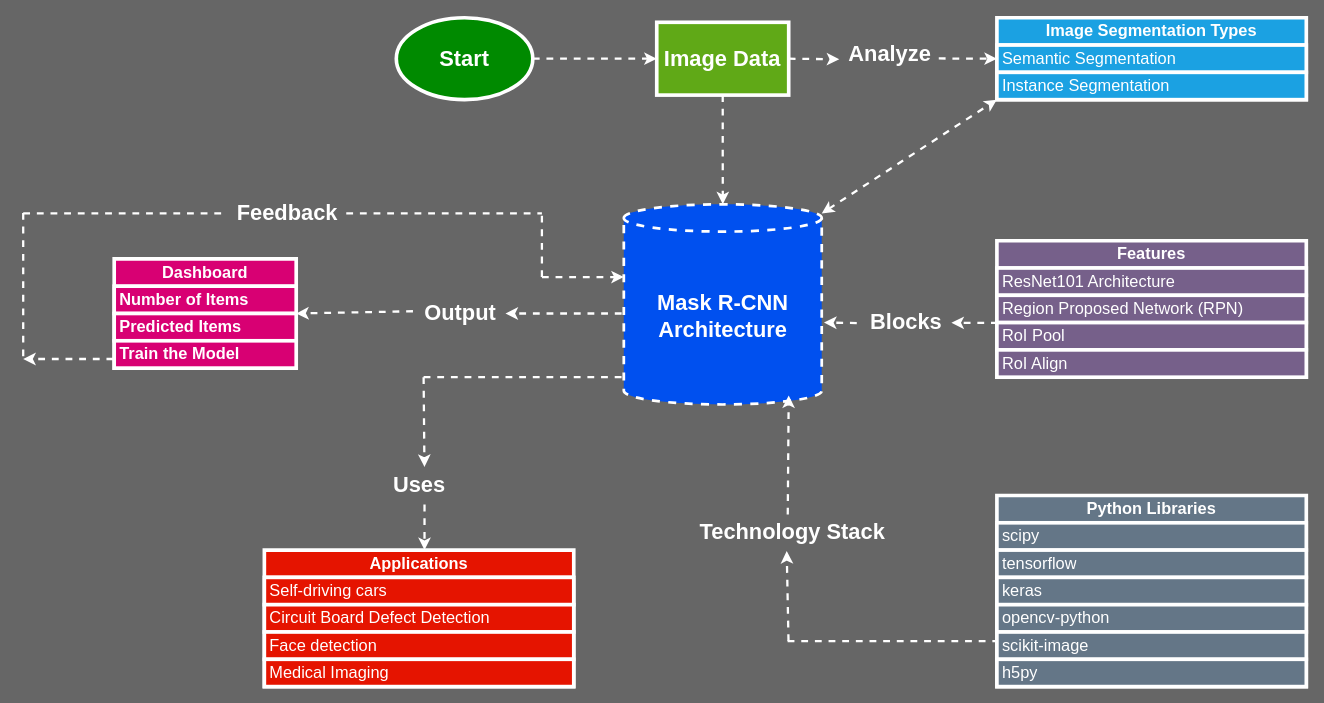
This is page "Image Segmentation" (1 of 3) of FYP-workflow.drawio from sanils2002/Final-Year-Project, a draw.io file, before an edit. Source tidied: cells renumbered, new cells numbered last; positions are measured from the earlier drawing's top-left corner, leaving out a move shared by most shapes. Both pictures are drawn from the tidied source at 91%, with x=0, y=0 at pixel (23, 17).
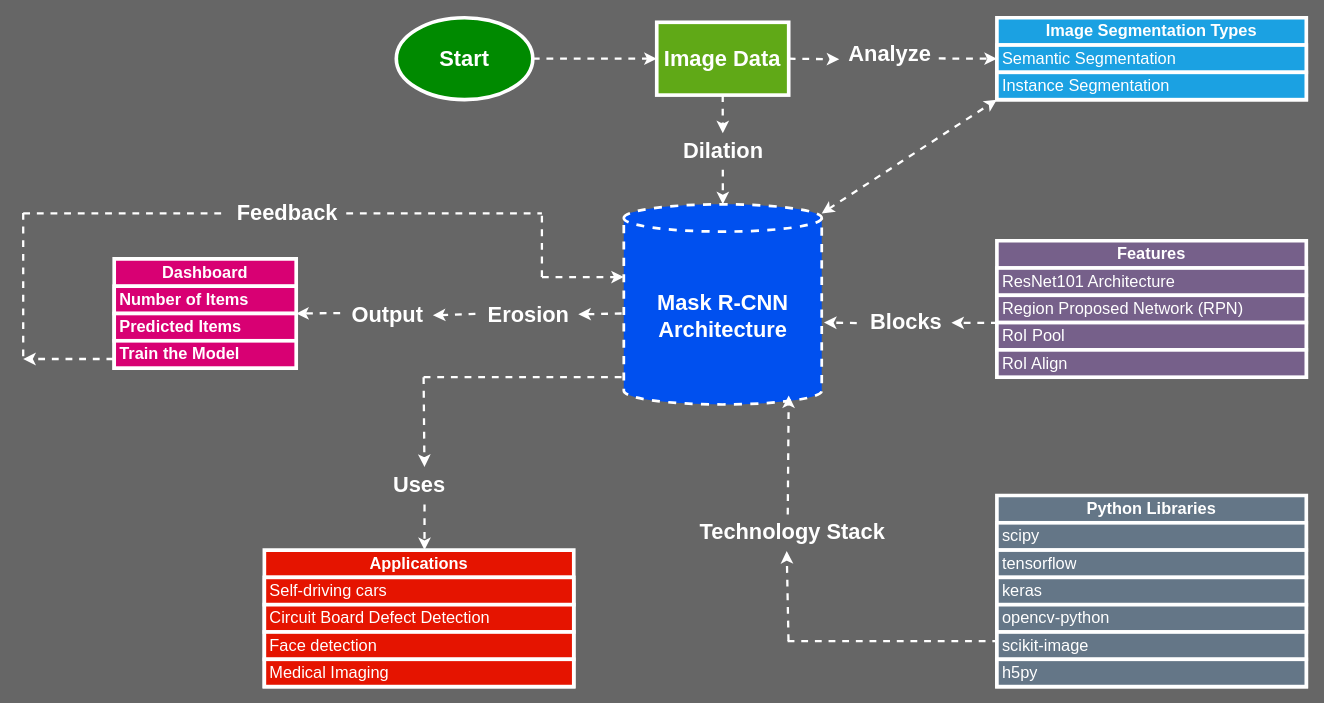
After the change.

Unchanged cells that the change refers to:
```xml
<mxCell id="4" value="&lt;font style=&quot;font-size: 24px;&quot;&gt;&lt;b&gt;Mask R-CNN Architecture&lt;/b&gt;&lt;/font&gt;" style="shape=cylinder3;whiteSpace=wrap;html=1;boundedLbl=1;backgroundOutline=1;size=15;fillColor=#0050ef;strokeColor=#FFFFFF;strokeWidth=3;fontColor=#ffffff;dashed=1;" parent="1" vertex="1">
  <mxGeometry x="660" y="205" width="217.5" height="220" as="geometry" />
</mxCell>
<mxCell id="6" value="&lt;font style=&quot;font-size: 24px;&quot;&gt;&lt;b&gt;Image Data&lt;/b&gt;&lt;/font&gt;" style="rounded=0;whiteSpace=wrap;html=1;fillColor=#60a917;strokeColor=#FFFFFF;strokeWidth=4;fontColor=#ffffff;" parent="1" vertex="1">
  <mxGeometry x="696.2" y="5" width="145" height="80" as="geometry" />
</mxCell>
```

What changed in the source:
```diff
@@
-    <mxCell id="5" style="edgeStyle=orthogonalEdgeStyle;rounded=0;jettySize=auto;html=1;exitX=0.5;exitY=1;exitDx=0;exitDy=0;strokeWidth=2.5;strokeColor=#FFFFFF;dashed=1;" parent="1" edge="1" source="6" target="4">
+    <mxCell id="5" style="edgeStyle=orthogonalEdgeStyle;rounded=0;jettySize=auto;html=1;exitX=0.5;exitY=1;exitDx=0;exitDy=0;strokeWidth=2.5;strokeColor=#FFFFFF;dashed=1;" parent="1" edge="1" source="57" target="4">
       <mxGeometry relative="1" as="geometry" />
     </mxCell>
@@
-    <mxCell id="50" style="endArrow=classic;html=1;rounded=0;exitX=-0.011;exitY=0.651;exitDx=0;exitDy=0;exitPerimeter=0;strokeWidth=2.5;strokeColor=#FFFFFF;dashed=1;" parent="1" edge="1">
-      <mxGeometry relative="1" as="geometry">
-        <mxPoint x="657.6" y="325" as="sourcePoint" />
-        <mxPoint x="530" y="325" as="targetPoint" />
-      </mxGeometry>
+    <mxCell id="50" style="endArrow=classic;html=1;rounded=0;exitX=-0.028;exitY=0.46;exitDx=0;exitDy=0;exitPerimeter=0;strokeWidth=2.5;strokeColor=#FFFFFF;dashed=1;entryX=1.002;entryY=0.5;entryDx=0;entryDy=0;entryPerimeter=0;" parent="1" edge="1" source="59" target="51">
+      <mxGeometry relative="1" as="geometry" />
     </mxCell>
     <mxCell id="51" value="&lt;font color=&quot;#ffffff&quot; style=&quot;font-size: 24px;&quot;&gt;&lt;b&gt;Output&lt;/b&gt;&lt;/font&gt;" style="text;html=1;align=center;verticalAlign=middle;points=[];strokeColor=none;fillColor=none;" parent="1" vertex="1">
-      <mxGeometry x="430" y="305" width="100" height="40" as="geometry" />
+      <mxGeometry x="350" y="307" width="100" height="40" as="geometry" />
     </mxCell>
@@
+    <mxCell id="56" style="edgeStyle=orthogonalEdgeStyle;rounded=0;jettySize=auto;html=1;exitX=0.5;exitY=1;exitDx=0;exitDy=0;strokeWidth=2.5;strokeColor=#FFFFFF;dashed=1;" parent="1" edge="1" source="6" target="57">
+      <mxGeometry relative="1" as="geometry" />
+    </mxCell>
+    <mxCell id="57" value="&lt;font color=&quot;#ffffff&quot; style=&quot;font-size: 24px;&quot;&gt;&lt;b&gt;Dilation&lt;/b&gt;&lt;/font&gt;" style="text;html=1;align=center;verticalAlign=middle;points=[];strokeColor=none;fillColor=none;" parent="1" vertex="1">
+      <mxGeometry x="713.8" y="127" width="110" height="40" as="geometry" />
+    </mxCell>
+    <mxCell id="58" style="endArrow=classic;html=1;rounded=0;exitX=-0.011;exitY=0.651;exitDx=0;exitDy=0;exitPerimeter=0;strokeWidth=2.5;strokeColor=#FFFFFF;dashed=1;" parent="1" edge="1" target="59">
+      <mxGeometry relative="1" as="geometry">
+        <mxPoint x="657.6" y="325" as="sourcePoint" />
+      </mxGeometry>
+    </mxCell>
+    <mxCell id="59" value="&lt;font color=&quot;#ffffff&quot; style=&quot;font-size: 24px;&quot;&gt;&lt;b&gt;Erosion&lt;/b&gt;&lt;/font&gt;" style="text;html=1;align=center;verticalAlign=middle;points=[];strokeColor=none;fillColor=none;" parent="1" vertex="1">
+      <mxGeometry x="500" y="307" width="110" height="40" as="geometry" />
+    </mxCell>
```
